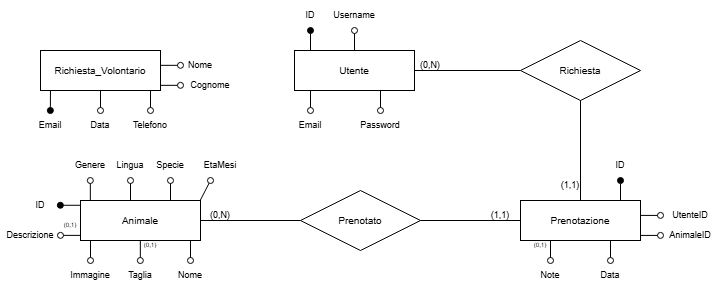
Earlier version of the draw.io export img/DB_ER.png (Rmanine/Zampa-amica). Source tidied: cells renumbered, new cells last; positions are measured from the earlier drawing's top-left corner, leaving out a move shared by most shapes.
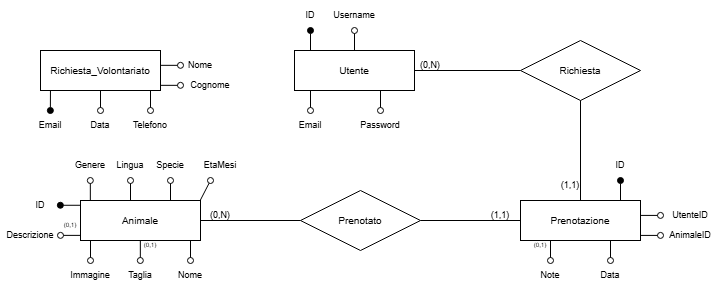
Later version of the same file.

Change to the diagram source:
```diff
@@ -2,7 +2,7 @@
   <root>
     <mxCell id="0" />
     <mxCell id="1" parent="0" />
-    <mxCell id="2" value="Richiesta_Volontario" style="rounded=0;whiteSpace=wrap;html=1;fontSize=10;" parent="1" vertex="1">
+    <mxCell id="2" value="Richiesta_Volontariato" style="rounded=0;whiteSpace=wrap;html=1;fontSize=10;" parent="1" vertex="1">
       <mxGeometry x="40" y="50" width="120" height="40" as="geometry" />
     </mxCell>
     <mxCell id="3" style="endArrow=none;html=1;rounded=0;entryX=0.083;entryY=1.009;entryDx=0;entryDy=0;endFill=0;startArrow=oval;startFill=1;entryPerimeter=0;" parent="1" edge="1" target="2">
```
